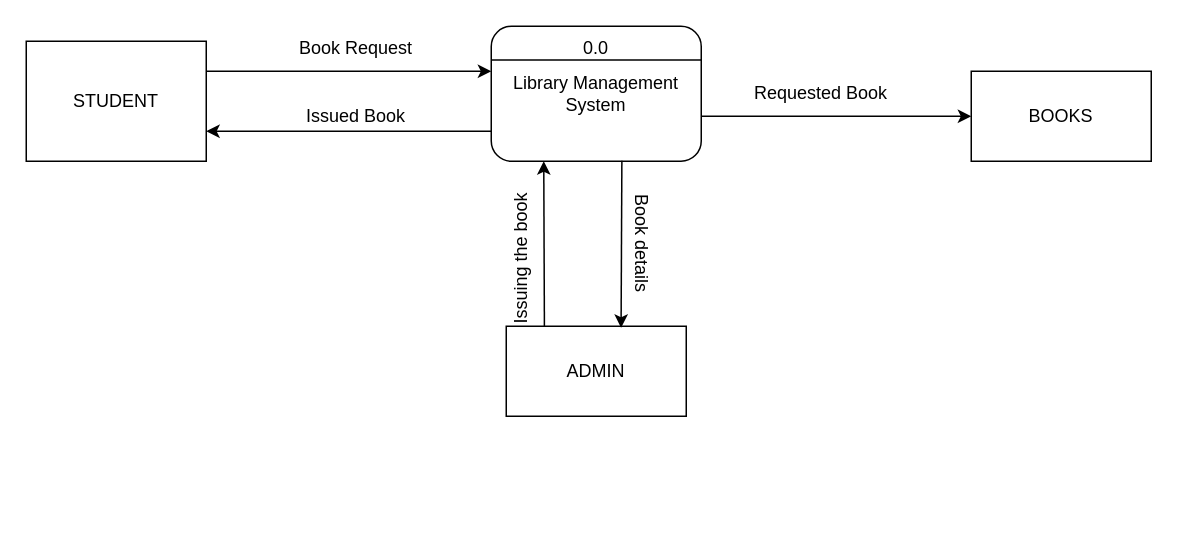
Earlier version of the draw.io diagram DFD library management system level 0.drawio (ShouryaBrahmastra/DFD). Source tidied: cells renumbered, new cells numbered last; positions are measured from the earlier drawing's top-left corner, leaving out a move shared by most shapes. Both pictures are drawn from the tidied source at 150%, with x=0, y=0 at pixel (26, 26).
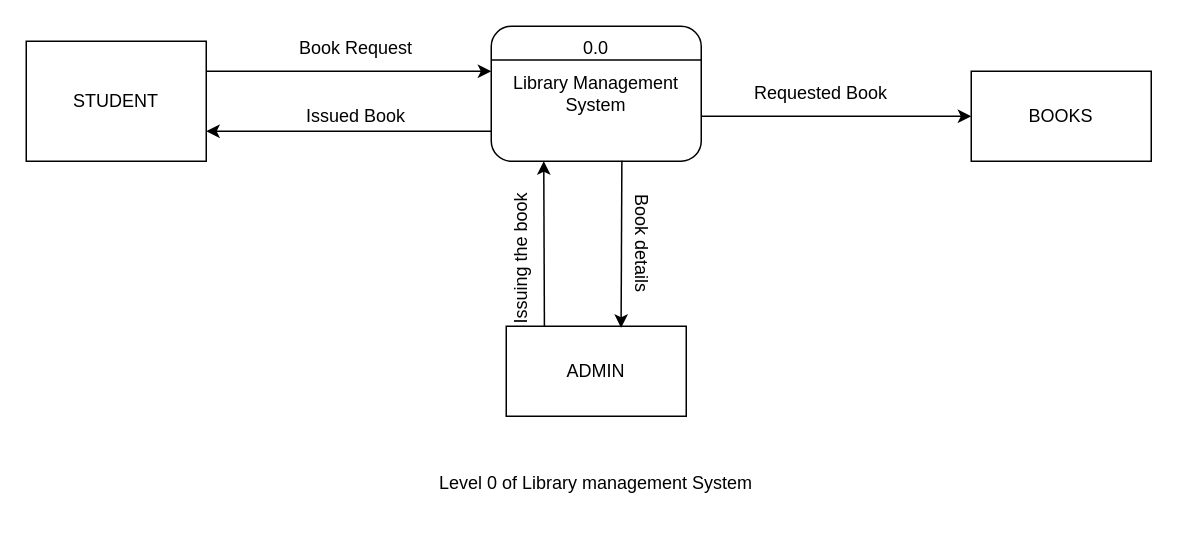
The same page after the edit.

Change to the diagram source:
```diff
@@
+    <mxCell id="18" value="Level 0 of Library management System" style="text;html=1;strokeColor=none;fillColor=none;align=center;verticalAlign=middle;whiteSpace=wrap;rounded=0;" parent="1" vertex="1">
+      <mxGeometry x="260" y="290" width="240" height="30" as="geometry" />
+    </mxCell>
```
